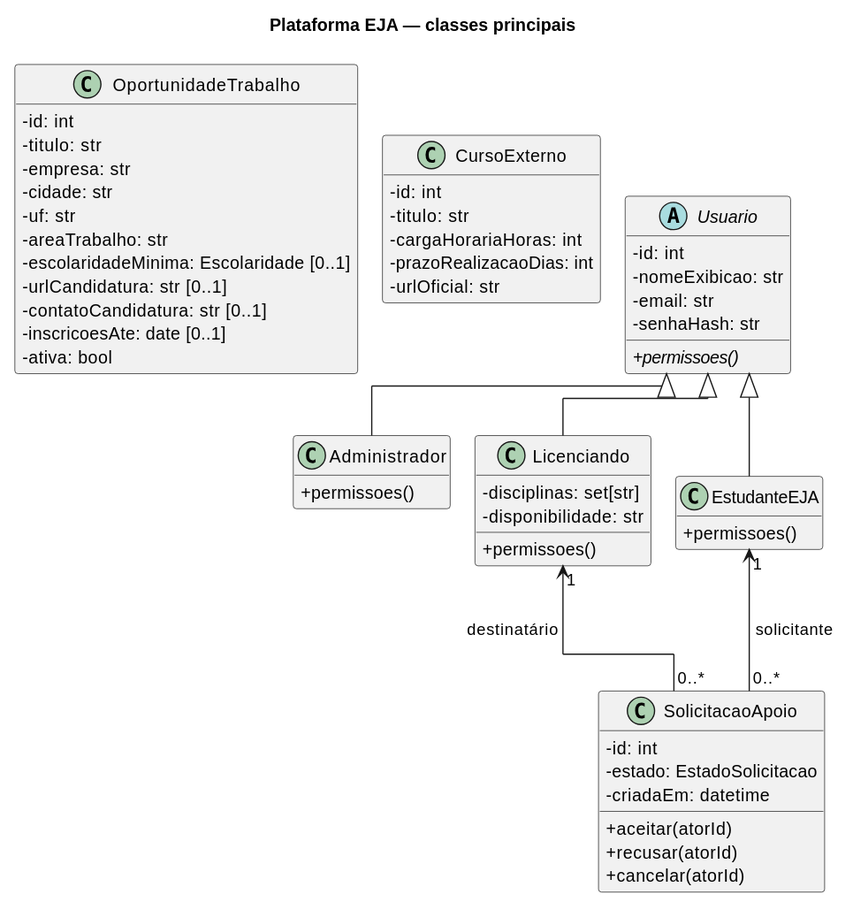
Before: docs/uml/classes.svg, a diagram exported from PlantUML (Educg550/EJA_TAPOO).
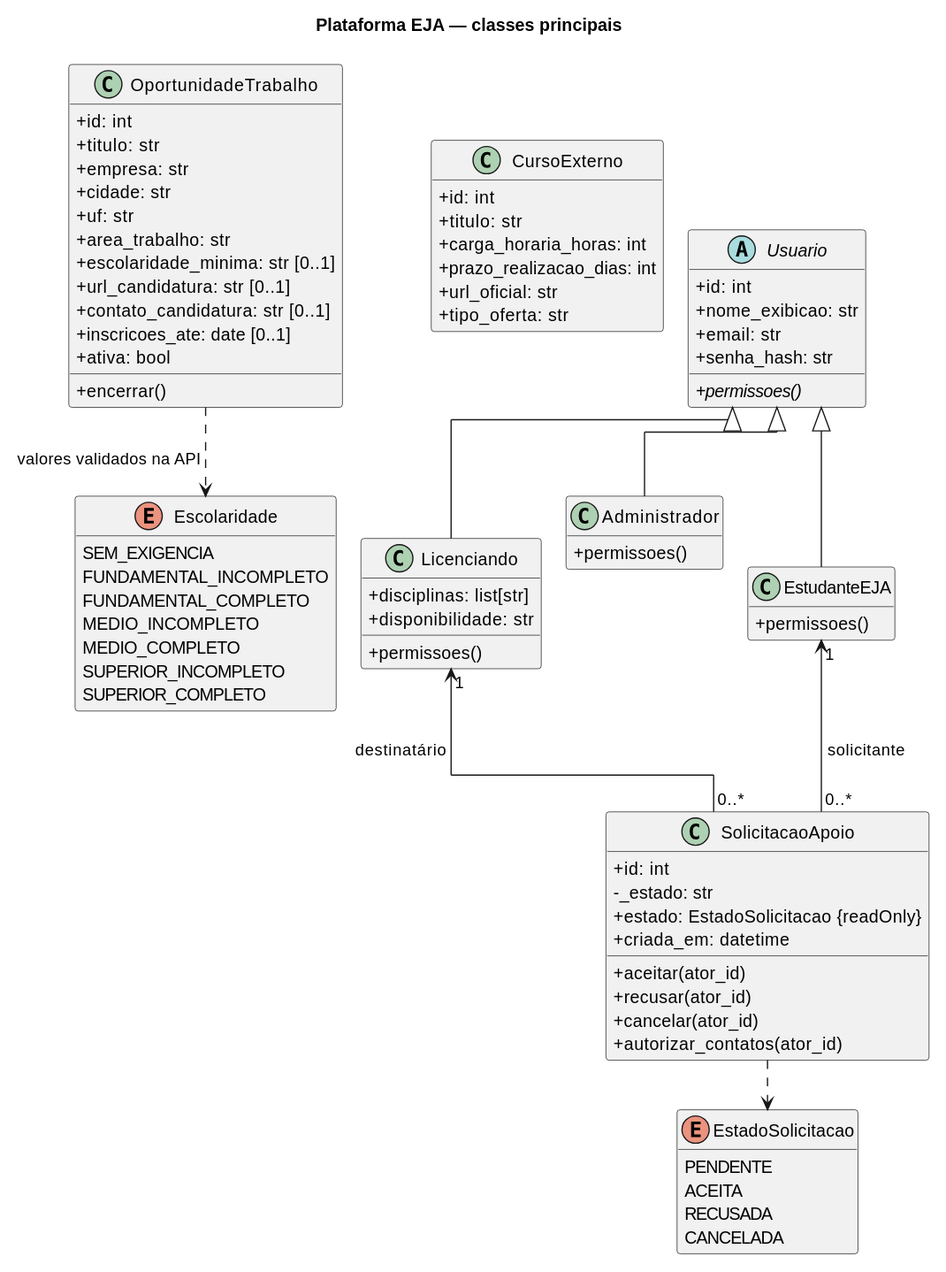
The same diagram one commit later.

Change to the diagram source:
```diff
@@ -6,10 +6,10 @@
 hide empty members
 
 abstract class Usuario {
-  -id: int
-  -nomeExibicao: str
-  -email: str
-  -senhaHash: str
+  +id: int
+  +nome_exibicao: str
+  +email: str
+  +senha_hash: str
   +{abstract} permissoes()
 }
 
@@ -18,8 +18,8 @@
 }
 
 class Licenciando {
-  -disciplinas: set[str]
-  -disponibilidade: str
+  +disciplinas: list[str]
+  +disponibilidade: str
   +permissoes()
 }
 
@@ -28,37 +28,61 @@
 }
 
 class SolicitacaoApoio {
-  -id: int
-  -estado: EstadoSolicitacao
-  -criadaEm: datetime
-  +aceitar(atorId)
-  +recusar(atorId)
-  +cancelar(atorId)
+  +id: int
+  -_estado: str
+  +estado: EstadoSolicitacao {readOnly}
+  +criada_em: datetime
+  +aceitar(ator_id)
+  +recusar(ator_id)
+  +cancelar(ator_id)
+  +autorizar_contatos(ator_id)
 }
 
 together {
   class CursoExterno {
-    -id: int
-    -titulo: str
-    -cargaHorariaHoras: int
-    -prazoRealizacaoDias: int
-    -urlOficial: str
+    +id: int
+    +titulo: str
+    +carga_horaria_horas: int
+    +prazo_realizacao_dias: int
+    +url_oficial: str
+    +tipo_oferta: str
   }
 
   class OportunidadeTrabalho {
-    -id: int
-    -titulo: str
-    -empresa: str
-    -cidade: str
-    -uf: str
-    -areaTrabalho: str
-    -escolaridadeMinima: Escolaridade [0..1]
-    -urlCandidatura: str [0..1]
-    -contatoCandidatura: str [0..1]
-    -inscricoesAte: date [0..1]
-    -ativa: bool
+    +id: int
+    +titulo: str
+    +empresa: str
+    +cidade: str
+    +uf: str
+    +area_trabalho: str
+    +escolaridade_minima: str [0..1]
+    +url_candidatura: str [0..1]
+    +contato_candidatura: str [0..1]
+    +inscricoes_ate: date [0..1]
+    +ativa: bool
+    +encerrar()
   }
 }
+
+enum EstadoSolicitacao {
+  PENDENTE
+  ACEITA
+  RECUSADA
+  CANCELADA
+}
+
+enum Escolaridade {
+  SEM_EXIGENCIA
+  FUNDAMENTAL_INCOMPLETO
+  FUNDAMENTAL_COMPLETO
+  MEDIO_INCOMPLETO
+  MEDIO_COMPLETO
+  SUPERIOR_INCOMPLETO
+  SUPERIOR_COMPLETO
+}
+
+SolicitacaoApoio ..> EstadoSolicitacao
+OportunidadeTrabalho ..> Escolaridade : valores validados na API
 
 Usuario <|-- EstudanteEJA
 Usuario <|-- Licenciando
```
